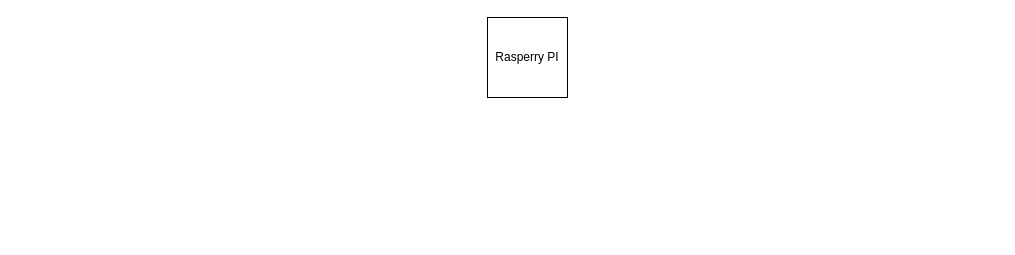
Earlier version of the draw.io diagram diagrams/Talonvalvonta.drawio (galigula2/Talonvalvonta). Source tidied: cells renumbered, new cells numbered last; positions are measured from the earlier drawing's top-left corner, leaving out a move shared by most shapes. Both pictures are drawn from the tidied source at 100%, with x=0, y=0 at pixel (487, 17).
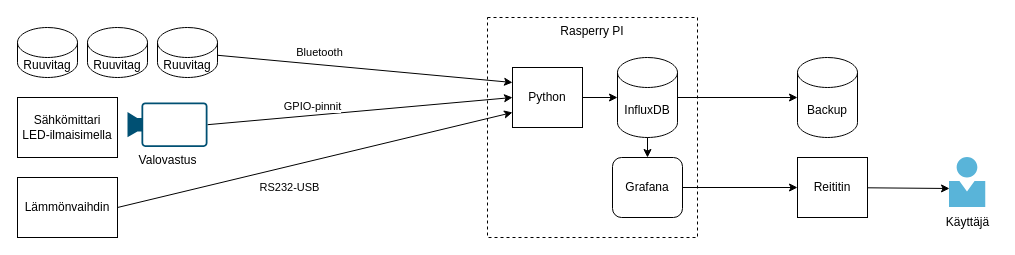
The same page after the edit.

The edit, as a diff of the source:
```diff
@@
-    <mxCell id="2" value="Rasperry PI" style="whiteSpace=wrap;html=1;" parent="1" vertex="1">
-      <mxGeometry width="80" height="80" as="geometry" />
+    <mxCell id="2" value="&lt;span&gt;Rasperry PI&lt;/span&gt;" style="rounded=0;whiteSpace=wrap;html=1;dashed=1;align=center;verticalAlign=top;" parent="1" vertex="1">
+      <mxGeometry width="210" height="220" as="geometry" />
     </mxCell>
+    <mxCell id="3" style="edgeStyle=orthogonalEdgeStyle;rounded=0;jettySize=auto;html=1;entryX=0;entryY=0.5;entryDx=0;entryDy=0;entryPerimeter=0;" parent="1" edge="1" source="4" target="7">
+      <mxGeometry relative="1" as="geometry" />
+    </mxCell>
+    <mxCell id="4" value="InfluxDB" style="shape=cylinder3;whiteSpace=wrap;html=1;boundedLbl=1;backgroundOutline=1;size=15;" parent="1" vertex="1">
+      <mxGeometry x="130" y="40" width="60" height="80" as="geometry" />
+    </mxCell>
+    <mxCell id="5" style="edgeStyle=none;rounded=0;jettySize=auto;html=1;" parent="1" edge="1" source="6" target="26">
+      <mxGeometry relative="1" as="geometry" />
+    </mxCell>
+    <mxCell id="6" value="Grafana" style="rounded=1;whiteSpace=wrap;html=1;align=center;verticalAlign=middle;" parent="1" vertex="1">
+      <mxGeometry x="125" y="140" width="70" height="60" as="geometry" />
+    </mxCell>
+    <mxCell id="7" value="Backup" style="shape=cylinder3;whiteSpace=wrap;html=1;boundedLbl=1;backgroundOutline=1;size=15;" parent="1" vertex="1">
+      <mxGeometry x="310" y="40" width="60" height="80" as="geometry" />
+    </mxCell>
+    <mxCell id="8" style="edgeStyle=none;rounded=0;jettySize=auto;html=1;entryX=0;entryY=0.5;entryDx=0;entryDy=0;entryPerimeter=0;" parent="1" edge="1" source="9" target="4">
+      <mxGeometry relative="1" as="geometry" />
+    </mxCell>
+    <mxCell id="9" value="Python" style="rounded=0;whiteSpace=wrap;html=1;align=center;verticalAlign=middle;" parent="1" vertex="1">
+      <mxGeometry x="25" y="50" width="70" height="60" as="geometry" />
+    </mxCell>
+    <mxCell id="10" style="rounded=0;jettySize=auto;html=1;entryX=0;entryY=0.25;entryDx=0;entryDy=0;" parent="1" edge="1" source="12" target="9">
+      <mxGeometry relative="1" as="geometry" />
+    </mxCell>
+    <mxCell id="11" value="Bluetooth" style="edgeLabel;html=1;align=center;verticalAlign=middle;" parent="10" vertex="1">
+      <mxGeometry x="-0.44" y="-1" relative="1" as="geometry">
+        <mxPoint x="19" y="-12" as="offset" />
+      </mxGeometry>
+    </mxCell>
+    <mxCell id="12" value="Ruuvitag" style="shape=cylinder3;whiteSpace=wrap;html=1;boundedLbl=1;backgroundOutline=1;size=15;align=center;verticalAlign=middle;" parent="1" vertex="1">
+      <mxGeometry x="-330" y="10" width="60" height="50" as="geometry" />
+    </mxCell>
+    <mxCell id="13" value="Sähkömittari&lt;br&gt;LED-ilmaisimella" style="rounded=0;whiteSpace=wrap;html=1;align=center;verticalAlign=middle;" parent="1" vertex="1">
+      <mxGeometry x="-470" y="80" width="100" height="60" as="geometry" />
+    </mxCell>
+    <mxCell id="14" value="Ruuvitag" style="shape=cylinder3;whiteSpace=wrap;html=1;boundedLbl=1;backgroundOutline=1;size=15;align=center;verticalAlign=middle;" parent="1" vertex="1">
+      <mxGeometry x="-400" y="10" width="60" height="50" as="geometry" />
+    </mxCell>
+    <mxCell id="15" value="Ruuvitag" style="shape=cylinder3;whiteSpace=wrap;html=1;boundedLbl=1;backgroundOutline=1;size=15;align=center;verticalAlign=middle;" parent="1" vertex="1">
+      <mxGeometry x="-470" y="10" width="60" height="50" as="geometry" />
+    </mxCell>
+    <mxCell id="16" style="rounded=0;jettySize=auto;html=1;entryX=0;entryY=0.5;entryDx=0;entryDy=0;exitX=1;exitY=0.5;exitDx=0;exitDy=0;exitPerimeter=0;" parent="1" edge="1" source="18" target="9">
+      <mxGeometry relative="1" as="geometry" />
+    </mxCell>
+    <mxCell id="17" value="GPIO-pinnit" style="edgeLabel;html=1;align=center;verticalAlign=middle;" parent="16" vertex="1">
+      <mxGeometry x="-0.44" y="-1" relative="1" as="geometry">
+        <mxPoint x="19" y="-12" as="offset" />
+      </mxGeometry>
+    </mxCell>
+    <mxCell id="18" value="Valovastus" style="points=[[0,0.5,0],[0.19,0.02,0],[0.59,0,0],[0.985,0.02,0],[1,0.5,0],[0.985,0.98,0],[0.59,1,0],[0.19,0.98,0]];verticalLabelPosition=bottom;html=1;verticalAlign=top;align=center;shape=mxgraph.cisco19.camera;fillColor=#005073;strokeColor=none;" parent="1" vertex="1">
+      <mxGeometry x="-360" y="85" width="80" height="44.4" as="geometry" />
+    </mxCell>
+    <mxCell id="19" style="edgeStyle=orthogonalEdgeStyle;rounded=0;jettySize=auto;html=1;entryX=0.5;entryY=0;entryDx=0;entryDy=0;" parent="1" edge="1" target="6">
+      <mxGeometry relative="1" as="geometry">
+        <mxPoint x="160" y="120" as="sourcePoint" />
+      </mxGeometry>
+    </mxCell>
+    <mxCell id="20" style="html=1;points=[];align=center;image;fontSize=12;image=img/lib/mscae/Person.svg;" parent="1" vertex="1">
+      <mxGeometry x="461.5" y="140" width="37" height="50" as="geometry" />
+    </mxCell>
+    <mxCell id="21" value="Lämmönvaihdin" style="rounded=0;whiteSpace=wrap;html=1;align=center;verticalAlign=middle;" parent="1" vertex="1">
+      <mxGeometry x="-470" y="160" width="100" height="60" as="geometry" />
+    </mxCell>
+    <mxCell id="22" style="rounded=0;jettySize=auto;html=1;exitX=1;exitY=0.5;exitDx=0;exitDy=0;entryX=0;entryY=0.75;entryDx=0;entryDy=0;" parent="1" edge="1" source="21" target="9">
+      <mxGeometry relative="1" as="geometry" />
+    </mxCell>
+    <mxCell id="23" value="RS232-USB" style="edgeLabel;html=1;align=center;verticalAlign=middle;" parent="22" vertex="1">
+      <mxGeometry x="-0.44" y="-1" relative="1" as="geometry">
+        <mxPoint x="60" y="5" as="offset" />
+      </mxGeometry>
+    </mxCell>
+    <mxCell id="24" value="Käyttäjä" style="text;html=1;align=center;verticalAlign=middle;strokeColor=none;" parent="1" vertex="1">
+      <mxGeometry x="450" y="195" width="60" height="20" as="geometry" />
+    </mxCell>
+    <mxCell id="25" style="edgeStyle=none;rounded=0;jettySize=auto;html=1;entryX=0.014;entryY=0.62;entryDx=0;entryDy=0;entryPerimeter=0;" parent="1" edge="1" source="26" target="20">
+      <mxGeometry relative="1" as="geometry" />
+    </mxCell>
+    <mxCell id="26" value="Reititin" style="rounded=0;whiteSpace=wrap;html=1;align=center;verticalAlign=middle;" parent="1" vertex="1">
+      <mxGeometry x="310" y="140" width="70" height="60" as="geometry" />
+    </mxCell>
```
